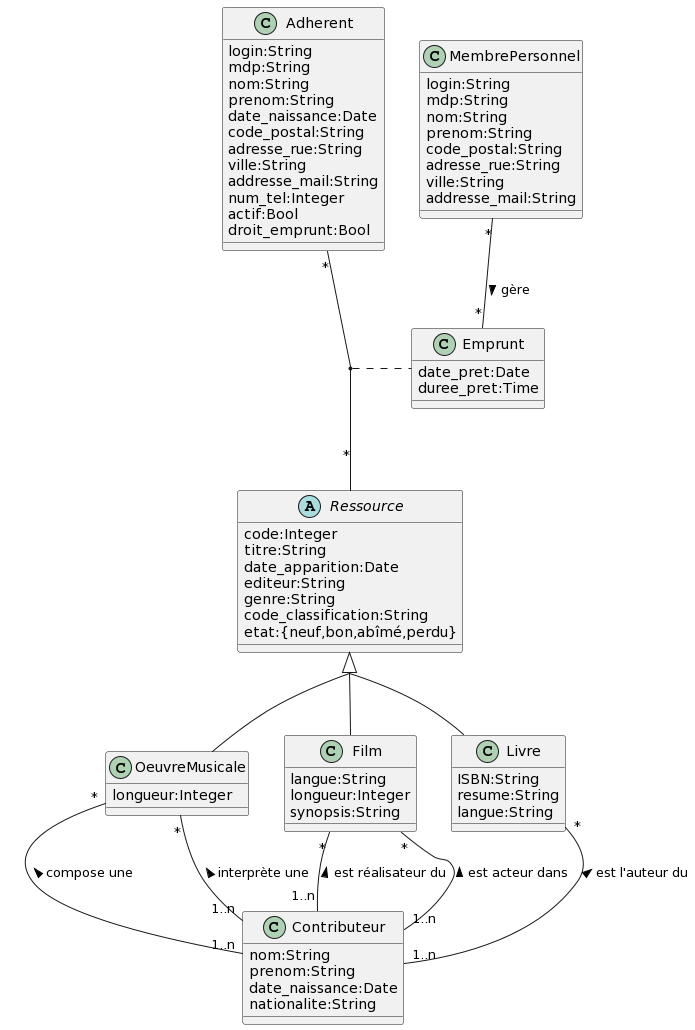
Above: UML_bibli_v2.png in HouzeZHANG/NF18-DataBase-Project (PlantUML), before the change.
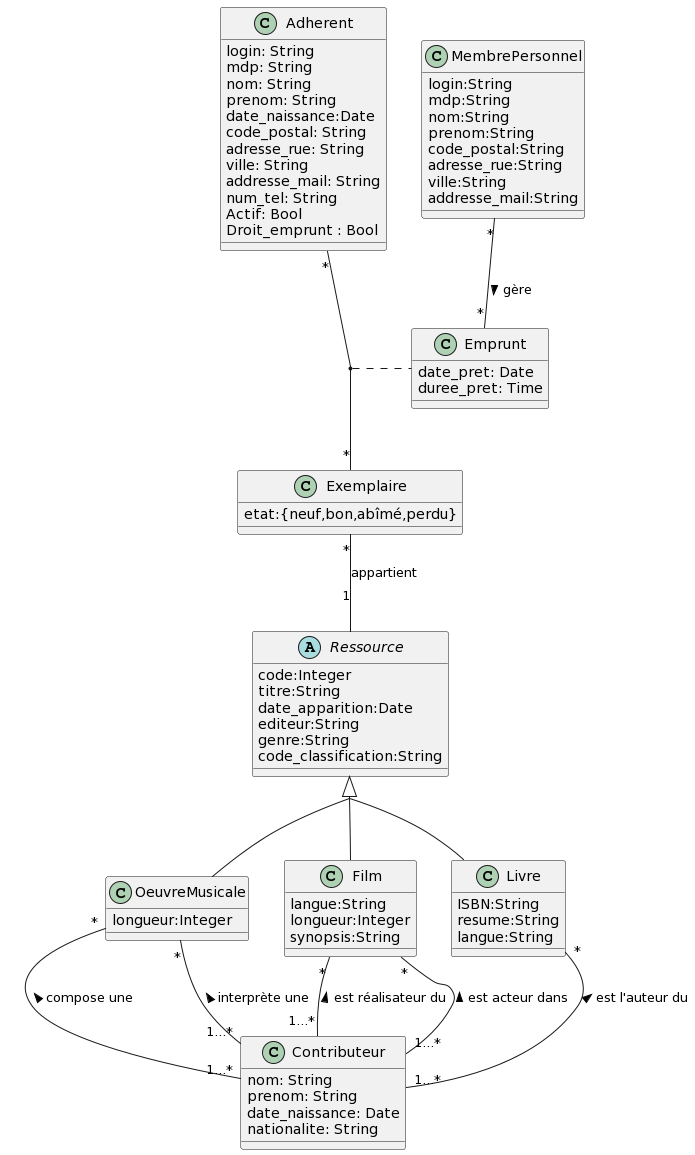
Above is the later version.

The edit, as a diff of the source:
```diff
@@ -6,8 +6,12 @@
   editeur:String
   genre:String
   code_classification:String
+}
+
+class Exemplaire{
   etat:{neuf,bon,abîmé,perdu}
 }
+
 
 
 together {
@@ -41,26 +45,26 @@
 }
 
 class Adherent{
-  login:String
-  mdp:String
-  nom:String
-  prenom:String
+  login: String
+  mdp: String
+  nom: String
+  prenom: String
   date_naissance:Date
-  code_postal:String
-  adresse_rue:String
-  ville:String
-  addresse_mail:String
-  num_tel:Integer
-  actif:Bool
-  droit_emprunt:Bool
+  code_postal: String
+  adresse_rue: String
+  ville: String
+  addresse_mail: String
+  num_tel: String
+  Actif: Bool
+  Droit_emprunt : Bool
 }
 
 class Contributeur{
-  nom:String
-  prenom:String
-  date_naissance:Date
-  nationalite:String
-}
+  nom: String
+  prenom: String
+  date_naissance: Date
+  nationalite: String
+  }
 
 skinparam groupInheritance 2
 
@@ -68,23 +72,23 @@
 Ressource <|-- Film
 Ressource <|-- OeuvreMusicale
 
-
-Adherent "*" -- "*" Ressource
-(Adherent,Ressource) .. Emprunt
+Exemplaire "*" -- "1" Ressource : appartient
+Adherent "*" -- "*" Exemplaire
+(Adherent,Exemplaire) .. Emprunt
 
 MembrePersonnel "*" -- "*" Emprunt : gère >
 
 
-Contributeur "1..n" -up- "*" Livre : est l'auteur du >
-Contributeur "1..n" -up- "*" Film : est réalisateur du >
-Contributeur "1..n" -up- "*" Film : est acteur dans >
-Contributeur "1..n" -up- "*" OeuvreMusicale : compose une >
-Contributeur "1..n" -up- "*" OeuvreMusicale : interprète une >
+Contributeur "1...*" -up- "*" Livre : est l'auteur du >
+Contributeur "1...*" -up- "*" Film : est réalisateur du >
+Contributeur "1...*" -up- "*" Film : est acteur dans >
+Contributeur "1...*" -up- "*" OeuvreMusicale : compose une >
+Contributeur "1...*" -up- "*" OeuvreMusicale : interprète une >
 
 
 
 class Emprunt{
-  date_pret:Date
-  duree_pret:Time
+  date_pret: Date
+  duree_pret: Time
 }
 @enduml
```
